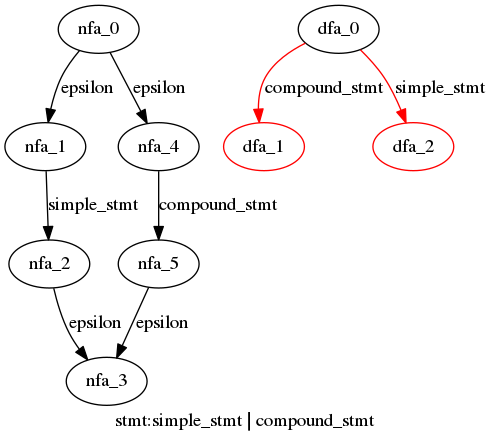
Before: cpython/grammar/handwrite/nfa_dfas/13.stmt.dot.png, a diagram exported from Graphviz (WinChua/blog). Its source is kept beside it as cpython/grammar/handwrite/nfa_dfas/13.stmt.dot.
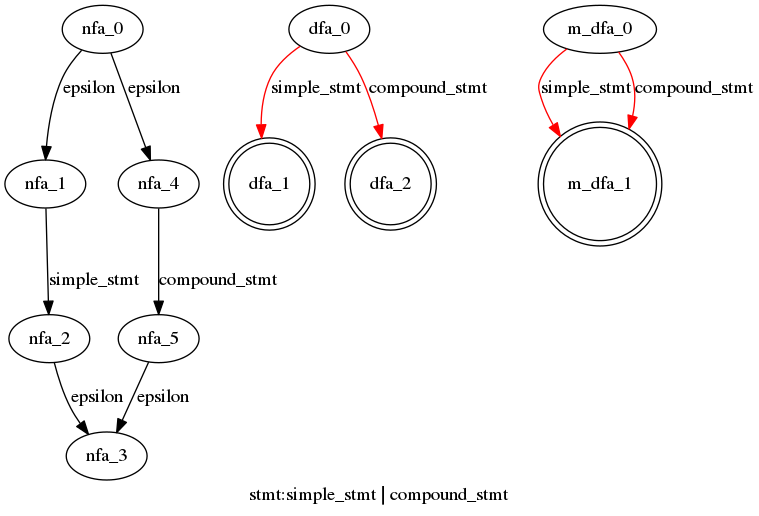
Later version of the same file.

The edit, as a diff of the source:
```diff
@@ -9,9 +9,14 @@
   nfa_5->nfa_3[label="epsilon"]
   }
  subgraph stmt_dfa {
-  dfa_0->dfa_1[label="compound_stmt",color=red]
-  dfa_0->dfa_2[label="simple_stmt",color=red]
-  dfa_1[color=red]
-  dfa_2[color=red]
+  dfa_0->dfa_1[label="simple_stmt",color=red]
+  dfa_0->dfa_2[label="compound_stmt",color=red]
+  dfa_1[shape=doublecircle]
+  dfa_2[shape=doublecircle]
+  }
+ subgraph stmt_m_dfa {
+  m_dfa_0->m_dfa_1[label="simple_stmt",color=red]
+  m_dfa_0->m_dfa_1[label="compound_stmt",color=red]
+  m_dfa_1[shape=doublecircle]
   }
 }
```
